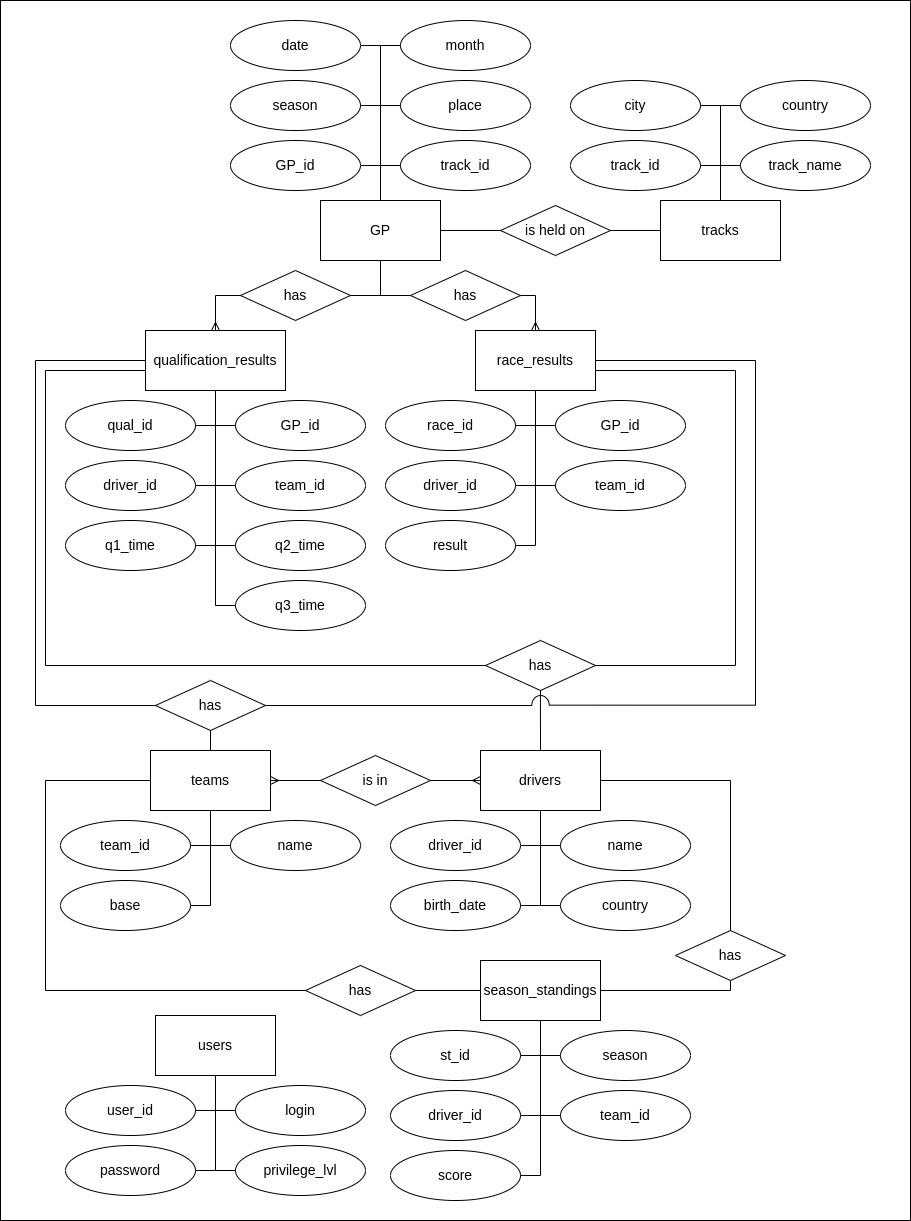
Earlier version of the draw.io export img/ER_new.png (SweetBloody/bmstu_web). Source tidied: cells renumbered, new cells last; positions are measured from the earlier drawing's top-left corner, leaving out a move shared by most shapes.
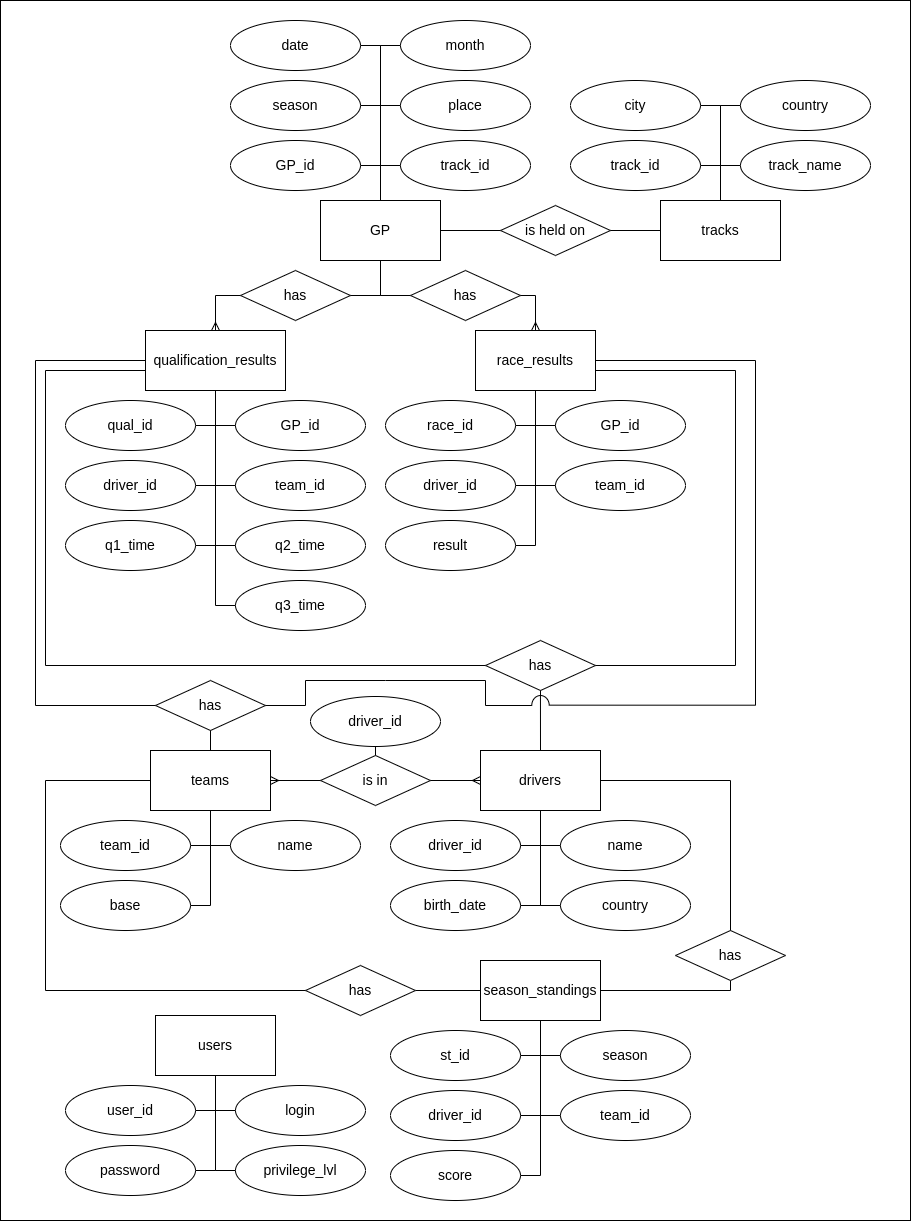
After the commit.

Change to the diagram source:
```diff
@@ -278,7 +278,15 @@
       <mxGeometry relative="1" as="geometry" />
     </mxCell>
     <mxCell id="88" style="endArrow=none;html=1;rounded=0;fontSize=14;exitX=1;exitY=0.5;exitDx=0;exitDy=0;" parent="1" edge="1" source="80" target="3">
-      <mxGeometry relative="1" as="geometry" />
+      <mxGeometry relative="1" as="geometry">
+        <Array as="points">
+          <mxPoint x="305" y="705" />
+          <mxPoint x="305" y="680" />
+          <mxPoint x="385" y="680" />
+          <mxPoint x="485" y="680" />
+          <mxPoint x="485" y="705" />
+        </Array>
+      </mxGeometry>
     </mxCell>
     <mxCell id="89" style="endArrow=none;html=1;rounded=0;fontSize=14;exitX=1;exitY=0.5;exitDx=0;exitDy=0;edgeStyle=orthogonalEdgeStyle;entryX=0.998;entryY=0.483;entryDx=0;entryDy=0;entryPerimeter=0;" parent="1" edge="1" source="32" target="3">
       <mxGeometry relative="1" as="geometry">
@@ -371,5 +379,11 @@
         </Array>
       </mxGeometry>
     </mxCell>
+    <mxCell id="116" value="driver_id" style="ellipse;whiteSpace=wrap;html=1;fontSize=14;" parent="1" vertex="1">
+      <mxGeometry x="310" y="696" width="130" height="50" as="geometry" />
+    </mxCell>
+    <mxCell id="117" style="endArrow=none;html=1;rounded=0;entryX=0.5;entryY=1;entryDx=0;entryDy=0;exitX=0.5;exitY=0;exitDx=0;exitDy=0;" parent="1" edge="1" source="77" target="116">
+      <mxGeometry relative="1" as="geometry" />
+    </mxCell>
   </root>
 </mxGraphModel>
```
